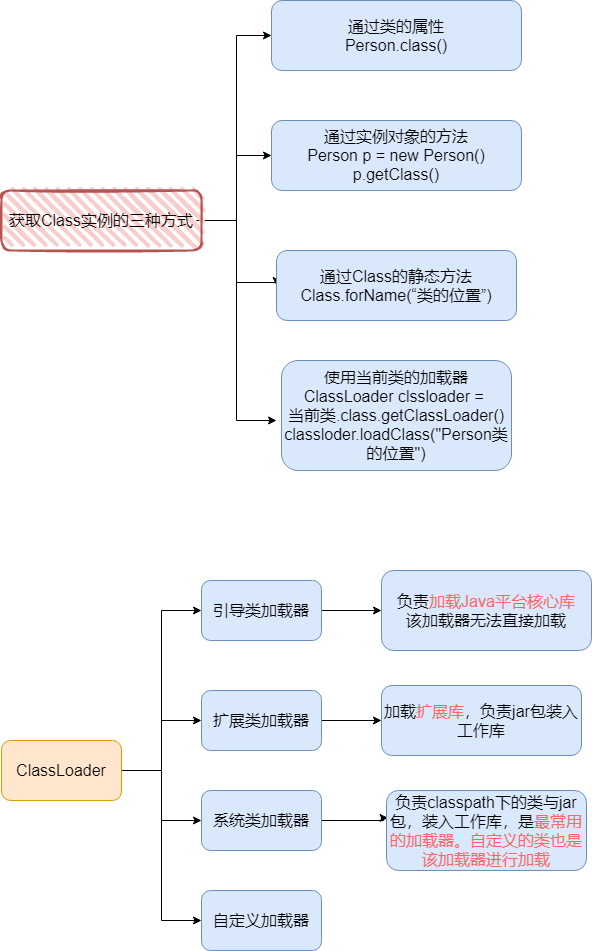
kusuzi/LearnJava keeps this draw.io diagram as Java/反射.png. Above is the earlier version. Source tidied: cells renumbered, new cells last; positions are measured from the earlier drawing's top-left corner, leaving out a move shared by most shapes.
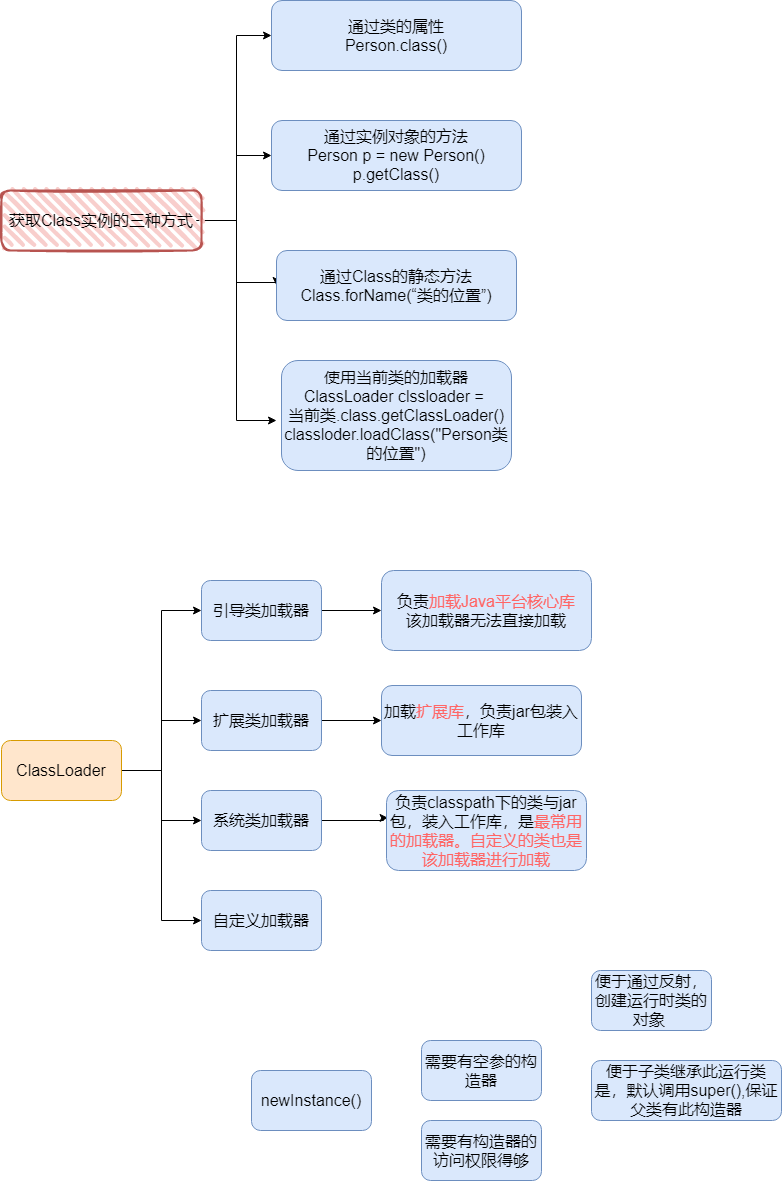
Above is the later version.

What changed in the source:
```diff
@@ -92,5 +92,20 @@
     <mxCell id="25" value="负责classpath下的类与jar包，装入工作库，是&lt;font color=&quot;#ff6666&quot;&gt;最常用的加载器。自定义的类也是该加载器进行加载&lt;/font&gt;" style="rounded=1;whiteSpace=wrap;html=1;fontSize=16;strokeColor=#6c8ebf;fillColor=#dae8fc;" parent="1" vertex="1">
       <mxGeometry x="385" y="790" width="200" height="80" as="geometry" />
     </mxCell>
+    <mxCell id="26" value="newInstance()" style="rounded=1;whiteSpace=wrap;html=1;fontSize=16;strokeColor=#6c8ebf;fillColor=#dae8fc;" parent="1" vertex="1">
+      <mxGeometry x="250" y="1070" width="120" height="60" as="geometry" />
+    </mxCell>
+    <mxCell id="27" value="需要有空参的构造器" style="whiteSpace=wrap;html=1;rounded=1;fontSize=16;strokeColor=#6c8ebf;fillColor=#dae8fc;" parent="1" vertex="1">
+      <mxGeometry x="420" y="1040" width="120" height="60" as="geometry" />
+    </mxCell>
+    <mxCell id="28" value="需要有构造器的访问权限得够" style="whiteSpace=wrap;html=1;rounded=1;fontSize=16;strokeColor=#6c8ebf;fillColor=#dae8fc;" parent="1" vertex="1">
+      <mxGeometry x="420" y="1120" width="120" height="60" as="geometry" />
+    </mxCell>
+    <mxCell id="29" value="便于通过反射，创建运行时类的对象&amp;nbsp;" style="whiteSpace=wrap;html=1;rounded=1;fontSize=16;strokeColor=#6c8ebf;fillColor=#dae8fc;" parent="1" vertex="1">
+      <mxGeometry x="590" y="970" width="120" height="60" as="geometry" />
+    </mxCell>
+    <mxCell id="30" value="便于子类继承此运行类是，默认调用super(),保证父类有此构造器" style="whiteSpace=wrap;html=1;rounded=1;fontSize=16;strokeColor=#6c8ebf;fillColor=#dae8fc;" parent="1" vertex="1">
+      <mxGeometry x="590" y="1060" width="190" height="60" as="geometry" />
+    </mxCell>
   </root>
 </mxGraphModel>
```
